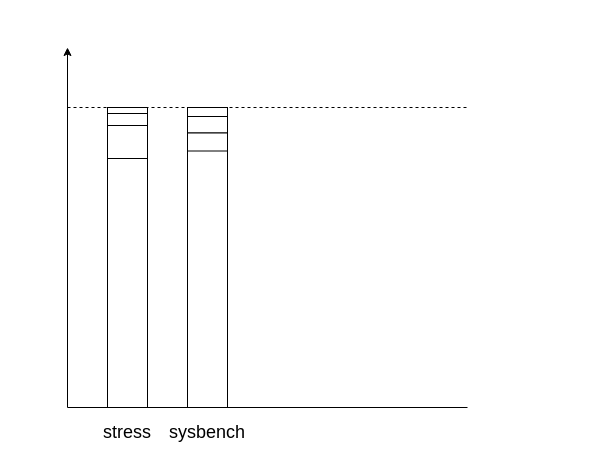
Above: qemu-migration/memory-pattern.drawio in xuyizhe1999/drawio (draw.io), before the change. Source tidied: cells renumbered, new cells numbered last; positions are measured from the earlier drawing's top-left corner, leaving out a move shared by most shapes. Both pictures are drawn from the tidied source at 100%, with x=0, y=0 at pixel (67, 47).
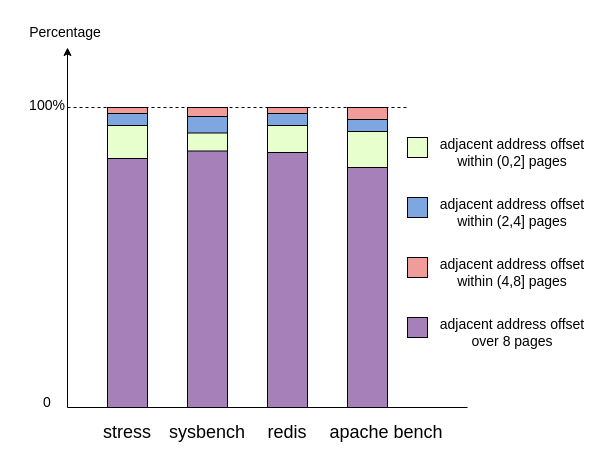
After the change.

Change to the diagram source:
```diff
@@
     <mxCell id="4" style="endArrow=none;dashed=1;html=1;rounded=0;" parent="1" edge="1">
       <mxGeometry relative="1" as="geometry">
         <mxPoint y="60" as="sourcePoint" />
-        <mxPoint x="400" y="60" as="targetPoint" />
+        <mxPoint x="340" y="60" as="targetPoint" />
       </mxGeometry>
     </mxCell>
-    <mxCell id="5" style="rounded=0;whiteSpace=wrap;html=1;" parent="1" vertex="1">
+    <mxCell id="5" style="rounded=0;whiteSpace=wrap;html=1;fillColor=#A680B8;" parent="1" vertex="1">
       <mxGeometry x="40" y="111" width="40" height="249" as="geometry" />
     </mxCell>
-    <mxCell id="6" style="rounded=0;whiteSpace=wrap;html=1;" parent="1" vertex="1">
+    <mxCell id="6" style="rounded=0;whiteSpace=wrap;html=1;fillColor=#A680B8;" parent="1" vertex="1">
       <mxGeometry x="120" y="99" width="40" height="261" as="geometry" />
     </mxCell>
@@
-    <mxCell id="8" style="rounded=0;whiteSpace=wrap;html=1;fontSize=18;" parent="1" vertex="1">
+    <mxCell id="8" style="rounded=0;whiteSpace=wrap;html=1;fontSize=18;fillColor=#E6FFCC;" parent="1" vertex="1">
       <mxGeometry x="40" y="78" width="40" height="33" as="geometry" />
     </mxCell>
-    <mxCell id="9" style="rounded=0;whiteSpace=wrap;html=1;fontSize=18;" parent="1" vertex="1">
+    <mxCell id="9" style="rounded=0;whiteSpace=wrap;html=1;fontSize=18;fillColor=#7EA6E0;" parent="1" vertex="1">
       <mxGeometry x="40" y="66" width="40" height="12" as="geometry" />
     </mxCell>
-    <mxCell id="10" style="rounded=0;whiteSpace=wrap;html=1;fontSize=18;" parent="1" vertex="1">
+    <mxCell id="10" style="rounded=0;whiteSpace=wrap;html=1;fontSize=18;fillColor=#F19C99;" parent="1" vertex="1">
       <mxGeometry x="40" y="60" width="40" height="6" as="geometry" />
     </mxCell>
@@
-    <mxCell id="12" style="rounded=0;whiteSpace=wrap;html=1;fontSize=18;" parent="1" vertex="1">
-      <mxGeometry x="120" y="67.5" width="40" height="18" as="geometry" />
+    <mxCell id="12" style="rounded=0;whiteSpace=wrap;html=1;fontSize=18;fillColor=#7EA6E0;" parent="1" vertex="1">
+      <mxGeometry x="120" y="69" width="40" height="18" as="geometry" />
     </mxCell>
-    <mxCell id="13" style="rounded=0;whiteSpace=wrap;html=1;fontSize=18;" parent="1" vertex="1">
+    <mxCell id="13" style="rounded=0;whiteSpace=wrap;html=1;fontSize=18;fillColor=#E6FFCC;" parent="1" vertex="1">
       <mxGeometry x="120" y="85.5" width="40" height="18" as="geometry" />
     </mxCell>
-    <mxCell id="14" style="rounded=0;whiteSpace=wrap;html=1;fontSize=18;" parent="1" vertex="1">
+    <mxCell id="14" style="rounded=0;whiteSpace=wrap;html=1;fontSize=18;fillColor=#F19C99;" parent="1" vertex="1">
       <mxGeometry x="120" y="60" width="40" height="9" as="geometry" />
     </mxCell>
+    <mxCell id="15" style="rounded=0;whiteSpace=wrap;html=1;fontSize=18;fillColor=#A680B8;" parent="1" vertex="1">
+      <mxGeometry x="200" y="105" width="40" height="255" as="geometry" />
+    </mxCell>
+    <mxCell id="16" style="rounded=0;whiteSpace=wrap;html=1;fontSize=18;fillColor=#E6FFCC;" parent="1" vertex="1">
+      <mxGeometry x="200" y="78" width="40" height="27" as="geometry" />
+    </mxCell>
+    <mxCell id="17" style="rounded=0;whiteSpace=wrap;html=1;fontSize=18;fillColor=#7EA6E0;" parent="1" vertex="1">
+      <mxGeometry x="200" y="66" width="40" height="12" as="geometry" />
+    </mxCell>
+    <mxCell id="18" style="rounded=0;whiteSpace=wrap;html=1;fontSize=18;fillColor=#F19C99;" parent="1" vertex="1">
+      <mxGeometry x="200" y="60" width="40" height="6" as="geometry" />
+    </mxCell>
+    <mxCell id="19" style="rounded=0;whiteSpace=wrap;html=1;fontSize=18;fillColor=#A680B8;" parent="1" vertex="1">
+      <mxGeometry x="280" y="120" width="40" height="240" as="geometry" />
+    </mxCell>
+    <mxCell id="20" style="rounded=0;whiteSpace=wrap;html=1;fontSize=18;fillColor=#E6FFCC;" parent="1" vertex="1">
+      <mxGeometry x="280" y="84" width="40" height="36" as="geometry" />
+    </mxCell>
+    <mxCell id="21" style="rounded=0;whiteSpace=wrap;html=1;fontSize=18;fillColor=#7EA6E0;" parent="1" vertex="1">
+      <mxGeometry x="280" y="72" width="40" height="12" as="geometry" />
+    </mxCell>
+    <mxCell id="22" style="rounded=0;whiteSpace=wrap;html=1;fontSize=18;fillColor=#F19C99;" parent="1" vertex="1">
+      <mxGeometry x="280" y="60" width="40" height="12" as="geometry" />
+    </mxCell>
+    <mxCell id="23" value="redis" style="text;html=1;strokeColor=none;fillColor=none;align=center;verticalAlign=middle;whiteSpace=wrap;rounded=0;fontSize=18;" parent="1" vertex="1">
+      <mxGeometry x="190" y="370" width="60" height="30" as="geometry" />
+    </mxCell>
+    <mxCell id="24" value="apache bench" style="text;html=1;strokeColor=none;fillColor=none;align=center;verticalAlign=middle;whiteSpace=wrap;rounded=0;fontSize=18;" parent="1" vertex="1">
+      <mxGeometry x="254" y="370" width="130" height="30" as="geometry" />
+    </mxCell>
+    <mxCell id="25" value="&lt;font style=&quot;font-size: 14px;&quot;&gt;100%&lt;/font&gt;" style="text;html=1;strokeColor=none;fillColor=none;align=center;verticalAlign=middle;whiteSpace=wrap;rounded=0;fontSize=18;" parent="1" vertex="1">
+      <mxGeometry x="-50" y="42" width="60" height="30" as="geometry" />
+    </mxCell>
+    <mxCell id="26" value="0" style="text;html=1;strokeColor=none;fillColor=none;align=center;verticalAlign=middle;whiteSpace=wrap;rounded=0;fontSize=14;" parent="1" vertex="1">
+      <mxGeometry x="-50" y="340" width="60" height="30" as="geometry" />
+    </mxCell>
+    <mxCell id="27" style="rounded=0;whiteSpace=wrap;html=1;fontSize=14;fillColor=#E6FFCC;" parent="1" vertex="1">
+      <mxGeometry x="340" y="90" width="20" height="20" as="geometry" />
+    </mxCell>
+    <mxCell id="28" value="adjacent address offset within (0,2] pages" style="text;html=1;strokeColor=none;fillColor=none;align=center;verticalAlign=middle;whiteSpace=wrap;rounded=0;fontSize=14;" parent="1" vertex="1">
+      <mxGeometry x="370" y="90" width="150" height="30" as="geometry" />
+    </mxCell>
+    <mxCell id="29" style="rounded=0;whiteSpace=wrap;html=1;fontSize=14;fillColor=#7EA6E0;" parent="1" vertex="1">
+      <mxGeometry x="340" y="150" width="20" height="20" as="geometry" />
+    </mxCell>
+    <mxCell id="30" value="adjacent address offset within (2,4] pages" style="text;html=1;strokeColor=none;fillColor=none;align=center;verticalAlign=middle;whiteSpace=wrap;rounded=0;fontSize=14;" parent="1" vertex="1">
+      <mxGeometry x="370" y="150" width="150" height="30" as="geometry" />
+    </mxCell>
+    <mxCell id="31" style="rounded=0;whiteSpace=wrap;html=1;fontSize=14;fillColor=#F19C99;" parent="1" vertex="1">
+      <mxGeometry x="340" y="210" width="20" height="20" as="geometry" />
+    </mxCell>
+    <mxCell id="32" value="adjacent address offset within (4,8] pages" style="text;html=1;strokeColor=none;fillColor=none;align=center;verticalAlign=middle;whiteSpace=wrap;rounded=0;fontSize=14;" parent="1" vertex="1">
+      <mxGeometry x="370" y="210" width="150" height="30" as="geometry" />
+    </mxCell>
+    <mxCell id="33" style="rounded=0;whiteSpace=wrap;html=1;fontSize=14;fillColor=#A680B8;" parent="1" vertex="1">
+      <mxGeometry x="340" y="270" width="20" height="20" as="geometry" />
+    </mxCell>
+    <mxCell id="34" value="adjacent address offset over 8 pages" style="text;html=1;strokeColor=none;fillColor=none;align=center;verticalAlign=middle;whiteSpace=wrap;rounded=0;fontSize=14;" parent="1" vertex="1">
+      <mxGeometry x="370" y="270" width="150" height="30" as="geometry" />
+    </mxCell>
+    <mxCell id="35" value="Percentage&amp;nbsp;" style="text;html=1;strokeColor=none;fillColor=none;align=center;verticalAlign=middle;whiteSpace=wrap;rounded=0;fontSize=14;" parent="1" vertex="1">
+      <mxGeometry x="-30" y="-30" width="60" height="30" as="geometry" />
+    </mxCell>
```
